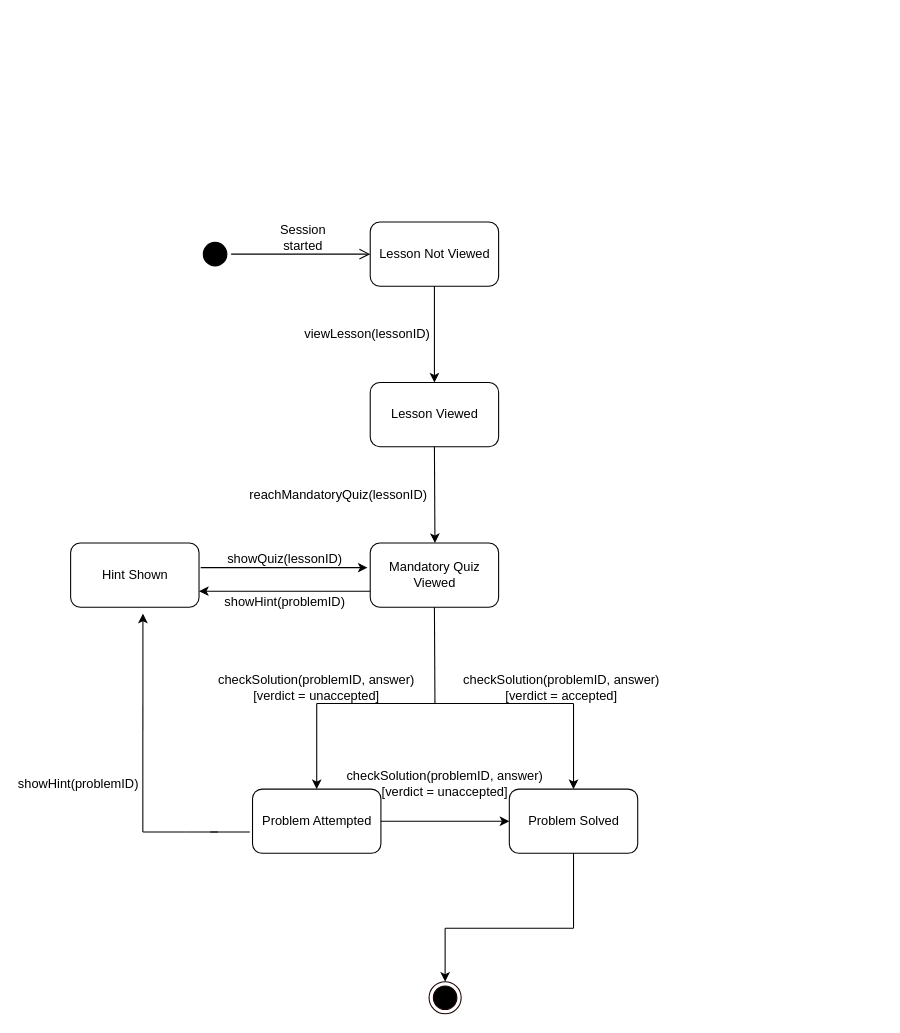
Earlier version of the draw.io diagram page "Lesson and Mandatory Quiz" (4 of 8) of fianl_state.drawio (MdHuzzatunAli/ISD). Source tidied: cells renumbered, new cells numbered last; positions are measured from the earlier drawing's top-left corner, leaving out a move shared by most shapes. Both pictures are drawn from the tidied source at 107%, with x=0, y=0 at pixel (46, 221).
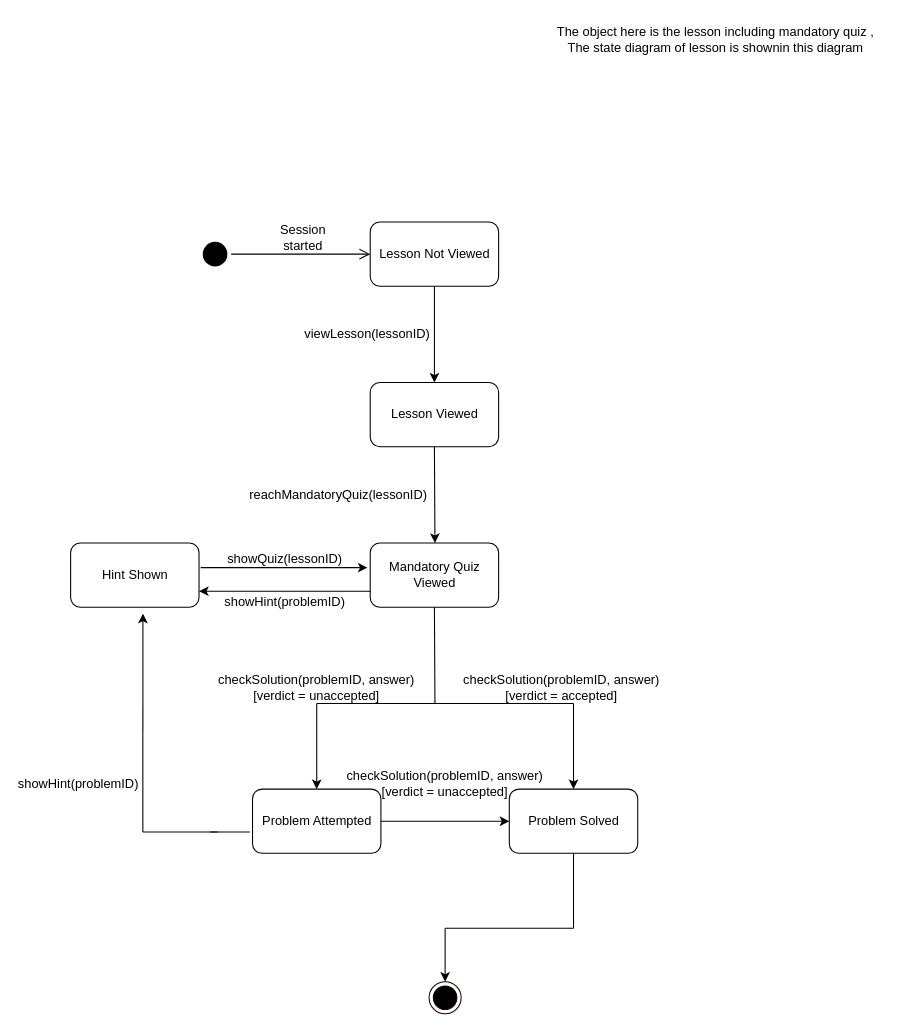
After the change.

Diff of the diagram source:
```diff
@@
+    <mxCell id="36" value="The object here is the lesson including mandatory quiz ,&lt;br&gt;The state diagram of lesson is shownin this diagram" style="text;html=1;align=center;verticalAlign=middle;strokeColor=none;fillColor=none;" parent="1" vertex="1">
+      <mxGeometry x="470" y="-190" width="310" height="40" as="geometry" />
+    </mxCell>
```
